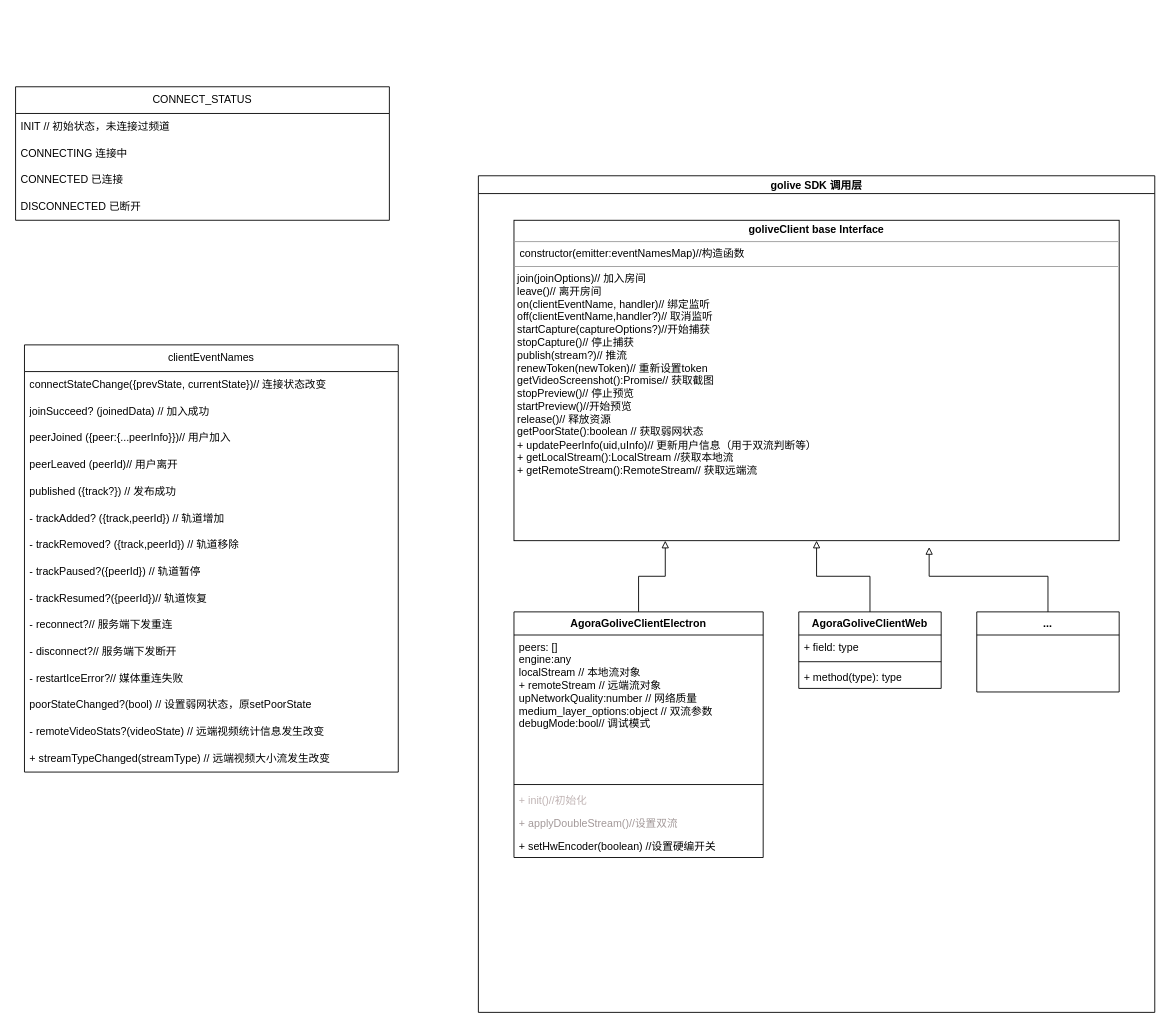
Earlier version of the draw.io diagram golive接口类.drawio (ccccccp/draw-io). Source tidied: cells renumbered, new cells numbered last; positions are measured from the earlier drawing's top-left corner, leaving out a move shared by most shapes. Both pictures are drawn from the tidied source at 89%, with x=0, y=0 at pixel (15, 86).
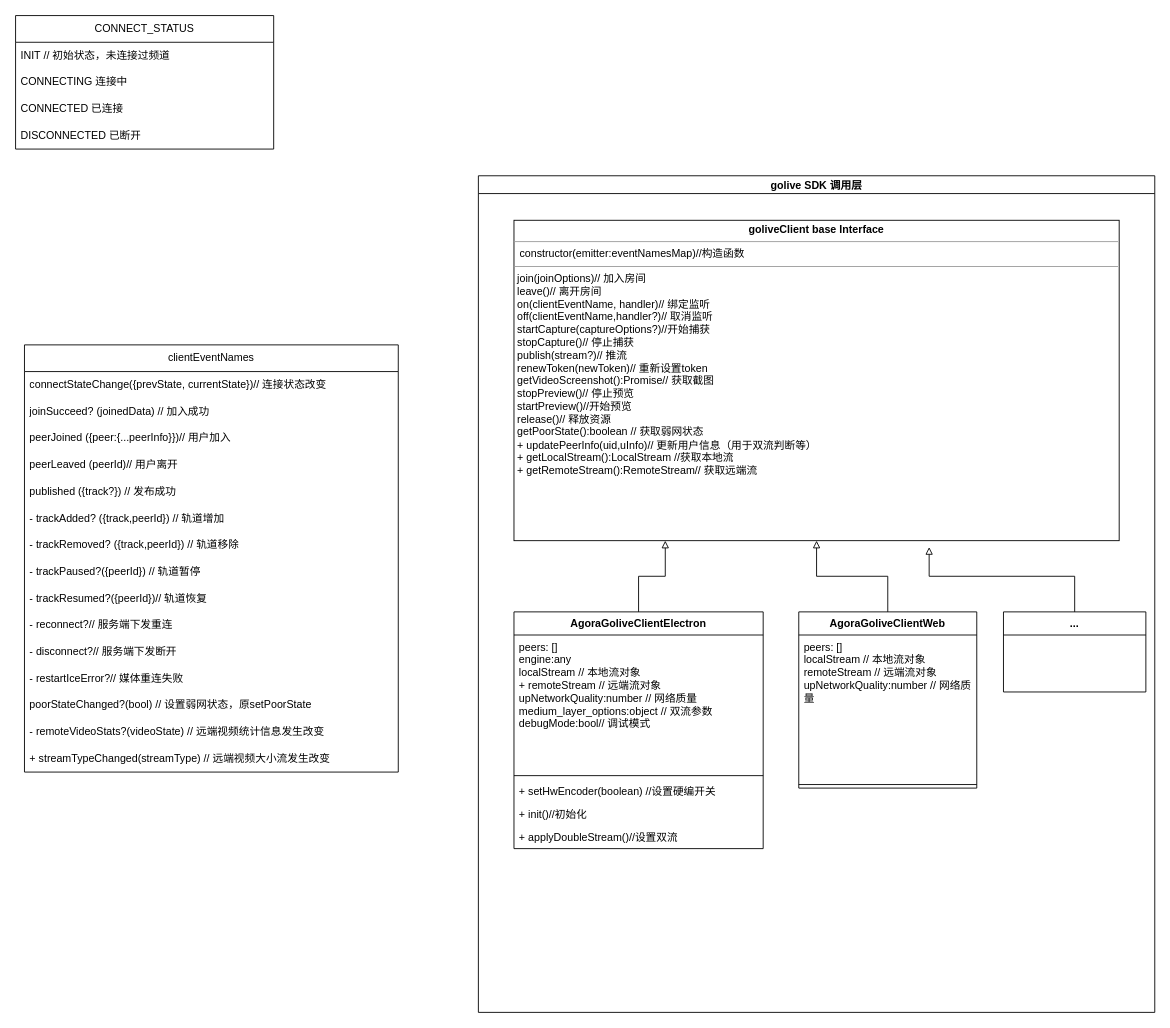
After the change.

Commit message:
更新golive接口类.drawio

Unchanged cells that the change refers to:
```xml
<mxCell id="2" value="golive SDK 调用层" style="swimlane;startSize=20;horizontal=1;containerType=tree;" parent="1" vertex="1">
  <mxGeometry x="520" y="100" width="760" height="940" as="geometry" />
</mxCell>
```

Diff of the diagram source:
```diff
@@
-    <mxCell id="5" value="AgoraGoliveClientElectron" style="swimlane;fontStyle=1;align=center;verticalAlign=top;horizontal=1;startSize=26;whiteSpace=wrap;html=1;" parent="2" vertex="1">
-      <mxGeometry x="40" y="490" width="280" height="276" as="geometry" />
+    <mxCell id="5" value="AgoraGoliveClientElectron" style="swimlane;fontStyle=1;align=center;verticalAlign=top;horizontal=1;startSize=26;whiteSpace=wrap;html=1;fontColor=default;" parent="2" vertex="1">
+      <mxGeometry x="40" y="490" width="280" height="266" as="geometry" />
     </mxCell>
     <mxCell id="6" value="peers: []&lt;br&gt;engine:any&lt;br&gt;localStream // 本地流对象&lt;br&gt;+ remoteStream // 远端流对象&lt;br&gt;upNetworkQuality:number // 网络质量&lt;br&gt;medium_layer_options:object // 双流参数&lt;br&gt;debugMode:bool// 调试模式" style="text;strokeColor=none;fillColor=none;align=left;verticalAlign=top;spacingLeft=4;spacingRight=4;overflow=hidden;whiteSpace=wrap;html=1;" parent="5" vertex="1">
-      <mxGeometry y="26" width="280" height="164" as="geometry" />
+      <mxGeometry y="26" width="280" height="154" as="geometry" />
     </mxCell>
     <mxCell id="7" style="line;strokeWidth=1;fillColor=none;align=left;verticalAlign=middle;spacingTop=-1;spacingLeft=3;spacingRight=3;labelPosition=right;strokeColor=inherit;" parent="5" vertex="1">
-      <mxGeometry y="190" width="280" height="8" as="geometry" />
+      <mxGeometry y="180" width="280" height="8" as="geometry" />
     </mxCell>
+    <mxCell id="10" value="+&amp;nbsp;setHwEncoder(boolean) //设置硬编开关" style="text;strokeColor=none;fillColor=none;align=left;verticalAlign=top;spacingLeft=4;spacingRight=4;overflow=hidden;whiteSpace=wrap;html=1;" parent="5" vertex="1">
+      <mxGeometry y="188" width="280" height="26" as="geometry" />
+    </mxCell>
-    <mxCell id="8" value="&lt;font color=&quot;#c0b4b4&quot;&gt;+ init&lt;span style=&quot;background-color: initial;&quot;&gt;()//初始化&lt;/span&gt;&lt;/font&gt;" style="text;strokeColor=none;fillColor=none;align=left;verticalAlign=top;spacingLeft=4;spacingRight=4;overflow=hidden;whiteSpace=wrap;html=1;" parent="5" vertex="1">
-      <mxGeometry y="198" width="280" height="26" as="geometry" />
+    <mxCell id="8" value="&lt;font&gt;+ init&lt;span style=&quot;background-color: initial;&quot;&gt;()//初始化&lt;/span&gt;&lt;/font&gt;" style="text;strokeColor=none;fillColor=none;align=left;verticalAlign=top;spacingLeft=4;spacingRight=4;overflow=hidden;whiteSpace=wrap;html=1;fontColor=default;" parent="5" vertex="1">
+      <mxGeometry y="214" width="280" height="26" as="geometry" />
     </mxCell>
-    <mxCell id="9" value="&lt;font color=&quot;#a39999&quot;&gt;+&amp;nbsp;applyDoubleStream()//设置双流&lt;/font&gt;" style="text;strokeColor=none;fillColor=none;align=left;verticalAlign=top;spacingLeft=4;spacingRight=4;overflow=hidden;whiteSpace=wrap;html=1;" parent="5" vertex="1">
-      <mxGeometry y="224" width="280" height="26" as="geometry" />
+    <mxCell id="9" value="&lt;font&gt;+&amp;nbsp;applyDoubleStream()//设置双流&lt;/font&gt;" style="text;strokeColor=none;fillColor=none;align=left;verticalAlign=top;spacingLeft=4;spacingRight=4;overflow=hidden;whiteSpace=wrap;html=1;fontColor=default;" parent="5" vertex="1">
+      <mxGeometry y="240" width="280" height="26" as="geometry" />
     </mxCell>
-    <mxCell id="10" value="+&amp;nbsp;setHwEncoder(boolean) //设置硬编开关" style="text;strokeColor=none;fillColor=none;align=left;verticalAlign=top;spacingLeft=4;spacingRight=4;overflow=hidden;whiteSpace=wrap;html=1;" parent="5" vertex="1">
-      <mxGeometry y="250" width="280" height="26" as="geometry" />
-    </mxCell>
@@
     <mxCell id="12" value="AgoraGoliveClientWeb" style="swimlane;fontStyle=1;align=center;verticalAlign=top;horizontal=1;startSize=26;whiteSpace=wrap;html=1;" parent="2" vertex="1">
-      <mxGeometry x="360" y="490" width="160" height="86" as="geometry" />
+      <mxGeometry x="360" y="490" width="200" height="198" as="geometry" />
     </mxCell>
-    <mxCell id="13" value="+ field: type" style="text;strokeColor=none;fillColor=none;align=left;verticalAlign=top;spacingLeft=4;spacingRight=4;overflow=hidden;whiteSpace=wrap;html=1;" parent="12" vertex="1">
-      <mxGeometry y="26" width="160" height="26" as="geometry" />
-    </mxCell>
+    <mxCell id="39" value="peers: []&lt;br&gt;localStream // 本地流对象&lt;br&gt;remoteStream // 远端流对象&lt;br&gt;upNetworkQuality:number // 网络质量" style="text;strokeColor=none;fillColor=none;align=left;verticalAlign=top;spacingLeft=4;spacingRight=4;overflow=hidden;whiteSpace=wrap;html=1;" parent="12" vertex="1">
+      <mxGeometry y="26" width="200" height="164" as="geometry" />
+    </mxCell>
     <mxCell id="14" style="line;strokeWidth=1;fillColor=none;align=left;verticalAlign=middle;spacingTop=-1;spacingLeft=3;spacingRight=3;labelPosition=right;strokeColor=inherit;" parent="12" vertex="1">
-      <mxGeometry y="52" width="160" height="8" as="geometry" />
+      <mxGeometry y="190" width="200" height="8" as="geometry" />
     </mxCell>
-    <mxCell id="15" value="+ method(type): type" style="text;strokeColor=none;fillColor=none;align=left;verticalAlign=top;spacingLeft=4;spacingRight=4;overflow=hidden;whiteSpace=wrap;html=1;" parent="12" vertex="1">
-      <mxGeometry y="60" width="160" height="26" as="geometry" />
-    </mxCell>
     <mxCell id="16" value="..." style="swimlane;fontStyle=1;align=center;verticalAlign=top;horizontal=1;startSize=26;whiteSpace=wrap;html=1;strokeColor=default;" parent="2" vertex="1">
-      <mxGeometry x="560" y="490" width="160" height="90" as="geometry" />
+      <mxGeometry x="590" y="490" width="160" height="90" as="geometry" />
     </mxCell>
@@
     <mxCell id="34" value="CONNECT_STATUS" style="swimlane;fontStyle=0;horizontal=1;startSize=30;whiteSpace=wrap;html=1;" parent="1" vertex="1">
-      <mxGeometry width="420" height="150" as="geometry" />
+      <mxGeometry y="-80" width="290" height="150" as="geometry" />
     </mxCell>
     <mxCell id="35" value="&lt;span style=&quot;background-color: initial;&quot;&gt;INIT // 初始状态，未连接过频道&lt;/span&gt;" style="text;strokeColor=none;fillColor=none;align=left;verticalAlign=middle;spacingLeft=4;spacingRight=4;overflow=hidden;whiteSpace=wrap;html=1;" parent="34" vertex="1">
-      <mxGeometry y="30" width="420" height="30" as="geometry" />
+      <mxGeometry y="30" width="290" height="30" as="geometry" />
     </mxCell>
     <mxCell id="36" value="CONNECTING 连接中" style="text;strokeColor=none;fillColor=none;align=left;verticalAlign=middle;spacingLeft=4;spacingRight=4;overflow=hidden;whiteSpace=wrap;html=1;" parent="34" vertex="1">
-      <mxGeometry y="60" width="420" height="30" as="geometry" />
+      <mxGeometry y="60" width="290" height="30" as="geometry" />
     </mxCell>
     <mxCell id="37" value="CONNECTED 已连接" style="text;strokeColor=none;fillColor=none;align=left;verticalAlign=middle;spacingLeft=4;spacingRight=4;overflow=hidden;whiteSpace=wrap;html=1;" parent="34" vertex="1">
-      <mxGeometry y="90" width="420" height="30" as="geometry" />
+      <mxGeometry y="90" width="290" height="30" as="geometry" />
     </mxCell>
     <mxCell id="38" value="DISCONNECTED 已断开" style="text;strokeColor=none;fillColor=none;align=left;verticalAlign=middle;spacingLeft=4;spacingRight=4;overflow=hidden;whiteSpace=wrap;html=1;" parent="34" vertex="1">
-      <mxGeometry y="120" width="420" height="30" as="geometry" />
+      <mxGeometry y="120" width="290" height="30" as="geometry" />
     </mxCell>
```
